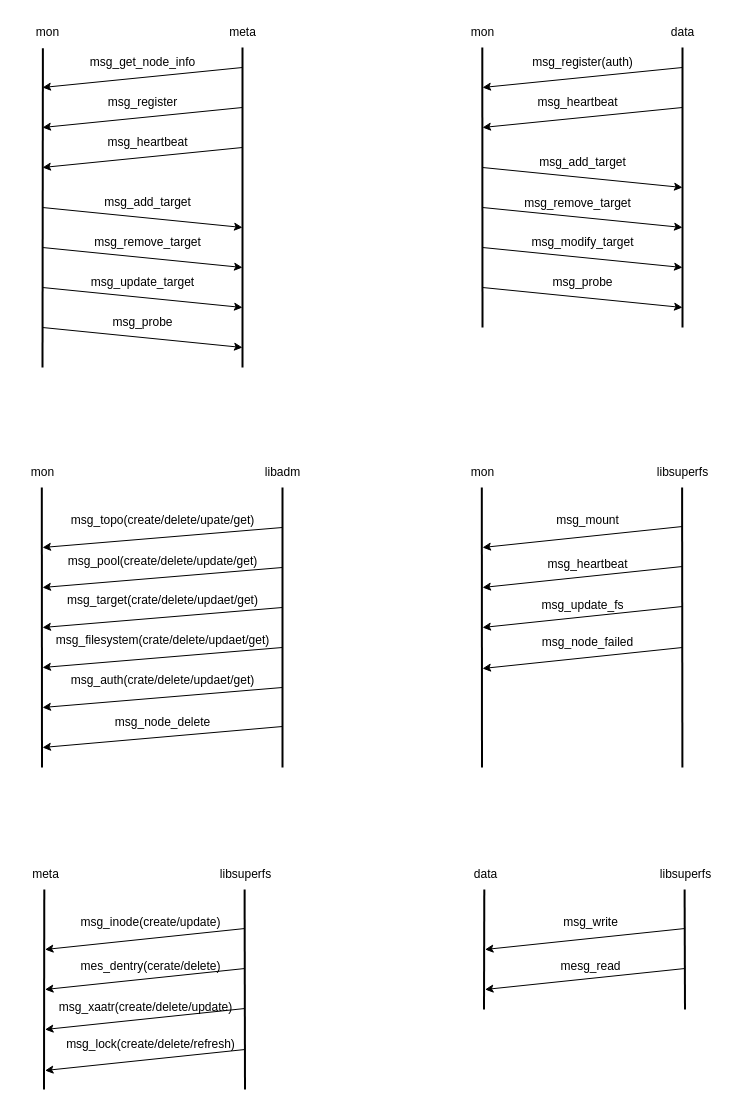
EarthWind/deeparch keeps this draw.io diagram as page "message" (7 of 7) of superfs/super.drawio. Above is the earlier version. Source tidied: cells renumbered, new cells numbered last; positions are measured from the earlier drawing's top-left corner, leaving out a move shared by most shapes. Both pictures are drawn from the tidied source at 100%, with x=0, y=0 at pixel (17, 17).
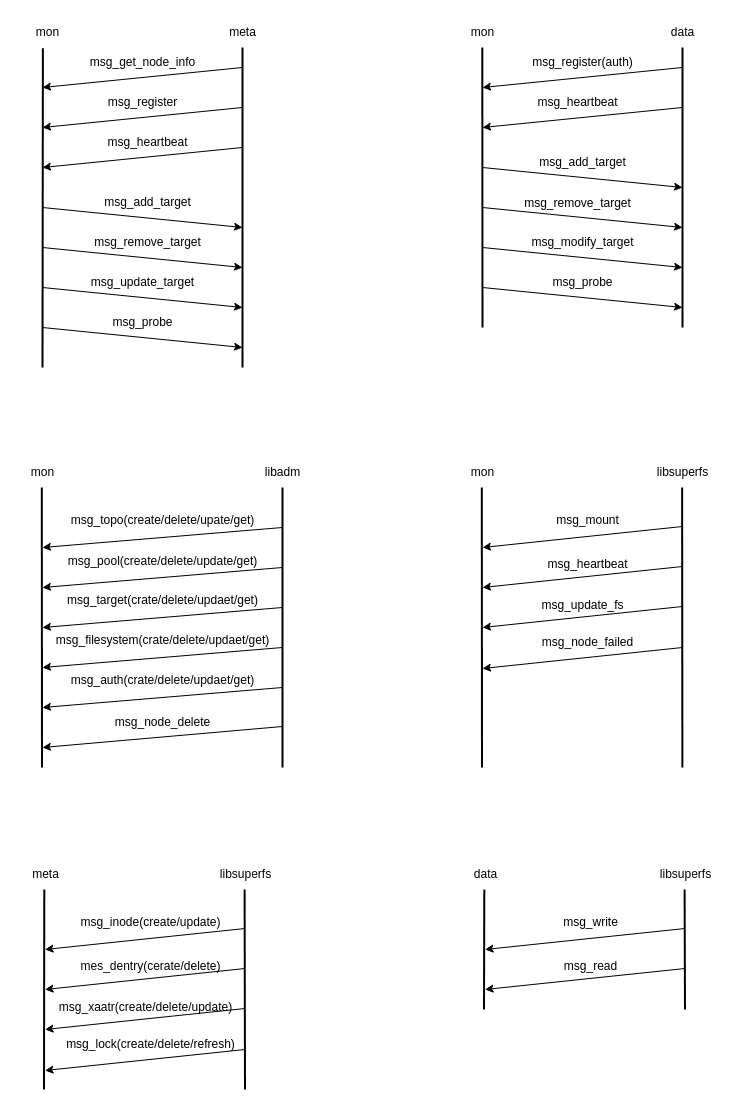
Above is the later version.

Diff of the diagram source:
```diff
@@
-    <mxCell id="77" value="mesg_read" style="text;html=1;align=center;verticalAlign=middle;strokeColor=none;fillColor=none;" parent="1" vertex="1">
+    <mxCell id="77" value="msg_read" style="text;html=1;align=center;verticalAlign=middle;strokeColor=none;fillColor=none;" parent="1" vertex="1">
       <mxGeometry x="532.5" y="934" width="80" height="30" as="geometry" />
     </mxCell>
```
